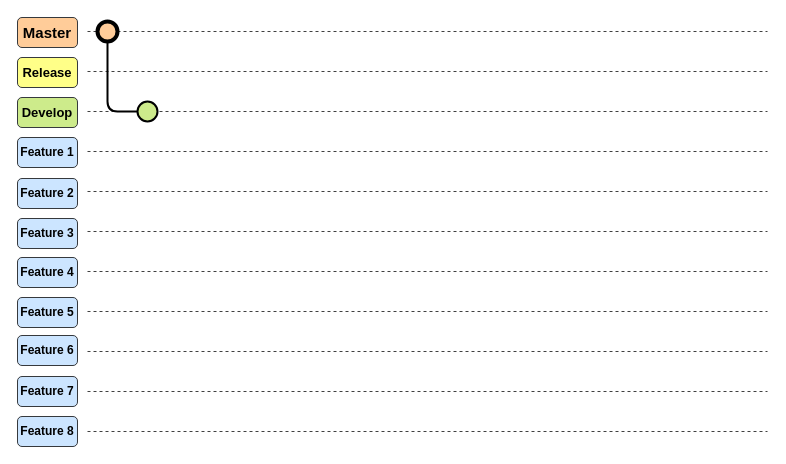
This is page "GitFlow" (1 of 2) of 03_ImagenesRepo/01_GitFlow.drawio from LEOSZ8/Tesis_Msc_LSZ, a draw.io file, before an edit. Source tidied: cells renumbered, new cells numbered last; positions are measured from the earlier drawing's top-left corner, leaving out a move shared by most shapes. Both pictures are drawn from the tidied source at 100%, with x=0, y=0 at pixel (17, 17).
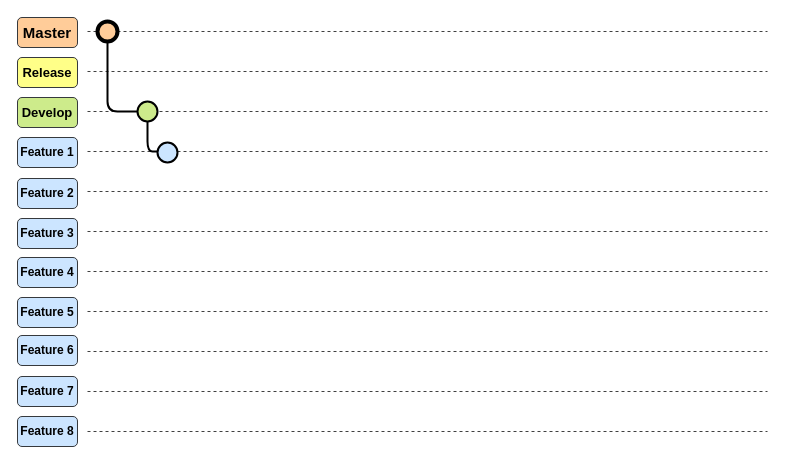
The same page after the edit.

Commit message (it also covers changes not shown here):
:white_circle: Tesis v0.0: actualizacion2

Unchanged cells that the change refers to:
```xml
<mxCell id="26" style="ellipse;whiteSpace=wrap;html=1;fillColor=#cdeb8b;strokeColor=#000000;strokeWidth=2;" parent="1" vertex="1">
  <mxGeometry x="120" y="84" width="20" height="20" as="geometry" />
</mxCell>
```

What changed in the source:
```diff
@@
+    <mxCell id="27" style="edgeStyle=orthogonalEdgeStyle;rounded=1;jettySize=auto;html=1;strokeWidth=2;curved=0;endArrow=none;startFill=0;" parent="1" edge="1" source="26" target="28">
+      <mxGeometry relative="1" as="geometry">
+        <Array as="points">
+          <mxPoint x="130" y="134" />
+        </Array>
+      </mxGeometry>
+    </mxCell>
@@
+    <mxCell id="28" style="ellipse;whiteSpace=wrap;html=1;fillColor=#cce5ff;strokeColor=#000000;strokeWidth=2;direction=north;" parent="1" vertex="1">
+      <mxGeometry x="140" y="125" width="20" height="20" as="geometry" />
+    </mxCell>
```
